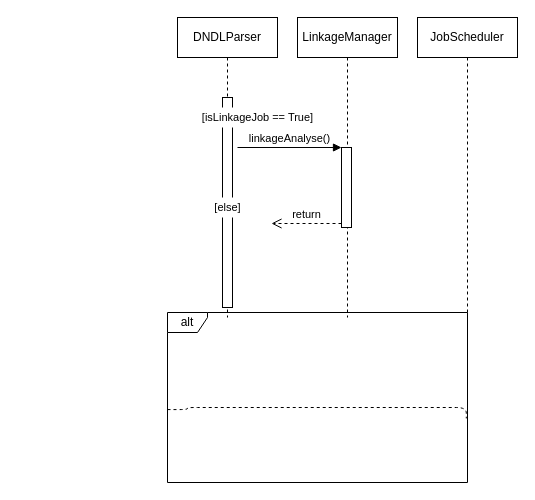
Earlier version of the draw.io diagram page "时序图_仿真参数解析模块" (2 of 4) of 仿真功能模块UML类图.drawio (Icarus1994/neutron_conf). Source tidied: cells renumbered, new cells numbered last; positions are measured from the earlier drawing's top-left corner, leaving out a move shared by most shapes. Both pictures are drawn from the tidied source at 100%, with x=0, y=0 at pixel (167, 17).
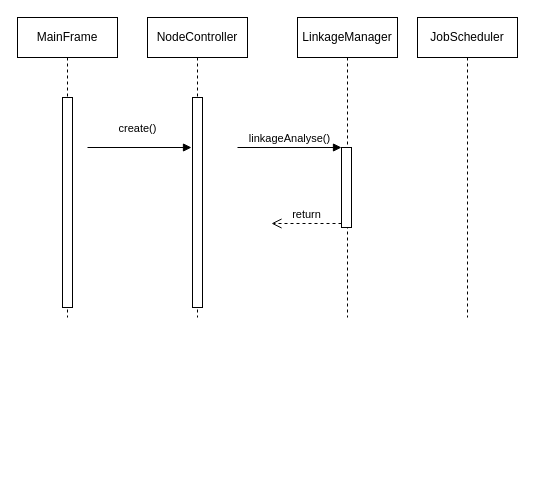
The same diagram, later.

Change to the diagram source:
```diff
@@
 <mxGraphModel>
   <root>
     <mxCell id="0" />
     <mxCell id="1" parent="0" />
     <mxCell id="2" value="LinkageManager" style="shape=umlLifeline;perimeter=lifelinePerimeter;whiteSpace=wrap;html=1;strokeColor=#000000;" parent="1" vertex="1">
       <mxGeometry x="130" width="100" height="300" as="geometry" />
     </mxCell>
     <mxCell id="3" style="html=1;points=[];perimeter=orthogonalPerimeter;strokeColor=#000000;" parent="2" vertex="1">
       <mxGeometry x="44" y="130" width="10" height="80" as="geometry" />
     </mxCell>
     <mxCell id="4" value="return" style="html=1;verticalAlign=bottom;endArrow=open;dashed=1;endSize=8;exitX=0;exitY=0.95;strokeWidth=1;" parent="2" edge="1" source="3">
       <mxGeometry relative="1" as="geometry">
         <mxPoint x="-26" y="206" as="targetPoint" />
       </mxGeometry>
     </mxCell>
-    <mxCell id="5" value="DNDLParser" style="shape=umlLifeline;perimeter=lifelinePerimeter;whiteSpace=wrap;html=1;strokeColor=#000000;" parent="1" vertex="1">
-      <mxGeometry x="10" width="100" height="300" as="geometry" />
+    <mxCell id="5" value="MainFrame" style="shape=umlLifeline;perimeter=lifelinePerimeter;whiteSpace=wrap;html=1;strokeColor=#000000;" parent="1" vertex="1">
+      <mxGeometry x="-150" width="100" height="300" as="geometry" />
     </mxCell>
     <mxCell id="6" style="html=1;perimeter=orthogonalPerimeter;strokeColor=#000000;" parent="5" vertex="1">
       <mxGeometry x="45" y="80" width="10" height="210" as="geometry" />
     </mxCell>
-    <mxCell id="7" value="&lt;span style=&quot;font-size: 11px&quot;&gt;[else]&lt;/span&gt;" style="text;html=1;align=center;verticalAlign=middle;fillColor=#ffffff;" parent="5" vertex="1">
-      <mxGeometry x="30" y="180" width="40" height="20" as="geometry" />
-    </mxCell>
     <mxCell id="8" value="linkageAnalyse()" style="html=1;verticalAlign=bottom;endArrow=block;entryX=0;entryY=0;strokeWidth=1;" parent="1" edge="1" target="3">
       <mxGeometry relative="1" as="geometry">
         <mxPoint x="70" y="130" as="sourcePoint" />
       </mxGeometry>
     </mxCell>
-    <mxCell id="9" value="alt" style="shape=umlFrame;whiteSpace=wrap;html=1;strokeColor=#000000;width=40;height=20;" parent="1" vertex="1">
-      <mxGeometry y="295" width="300" height="170" as="geometry" />
-    </mxCell>
-    <mxCell id="10" style="endArrow=none;html=1;edgeStyle=orthogonalEdgeStyle;strokeWidth=1;dashed=1;entryX=0.996;entryY=0.623;entryDx=0;entryDy=0;entryPerimeter=0;exitX=0;exitY=0.571;exitDx=0;exitDy=0;exitPerimeter=0;" parent="1" edge="1" source="9" target="9">
-      <mxGeometry relative="1" as="geometry">
-        <Array as="points">
-          <mxPoint x="20" y="392" />
-          <mxPoint x="20" y="390" />
-          <mxPoint x="299" y="390" />
-        </Array>
-      </mxGeometry>
-    </mxCell>
-    <mxCell id="11" style="html=1;align=left;verticalAlign=bottom;labelBackgroundColor=#ffffff;fontSize=10;" parent="10" vertex="1">
-      <mxGeometry x="-1" relative="1" as="geometry" />
-    </mxCell>
-    <mxCell id="12" style="html=1;align=right;verticalAlign=bottom;labelBackgroundColor=#ffffff;fontSize=10;" parent="10" vertex="1">
-      <mxGeometry x="1" relative="1" as="geometry" />
-    </mxCell>
-    <mxCell id="13" value="&lt;span style=&quot;font-size: 11px&quot;&gt;[isLinkageJob == True]&lt;/span&gt;" style="text;html=1;align=center;verticalAlign=middle;fillColor=#ffffff;" parent="1" vertex="1">
-      <mxGeometry x="20" y="90" width="140" height="20" as="geometry" />
-    </mxCell>
     <mxCell id="14" value="JobScheduler" style="shape=umlLifeline;perimeter=lifelinePerimeter;whiteSpace=wrap;html=1;strokeColor=#000000;fillColor=#ffffff;" parent="1" vertex="1">
       <mxGeometry x="250" width="100" height="300" as="geometry" />
     </mxCell>
+    <mxCell id="15" value="NodeController" style="shape=umlLifeline;perimeter=lifelinePerimeter;whiteSpace=wrap;html=1;strokeColor=#000000;" parent="1" vertex="1">
+      <mxGeometry x="-20" width="100" height="300" as="geometry" />
+    </mxCell>
+    <mxCell id="16" style="html=1;perimeter=orthogonalPerimeter;strokeColor=#000000;" parent="15" vertex="1">
+      <mxGeometry x="45" y="80" width="10" height="210" as="geometry" />
+    </mxCell>
+    <mxCell id="17" value="create()" style="html=1;verticalAlign=bottom;endArrow=block;entryX=0;entryY=0;strokeWidth=1;" parent="1" edge="1">
+      <mxGeometry x="-0.04" y="10" relative="1" as="geometry">
+        <mxPoint x="-80" y="130" as="sourcePoint" />
+        <mxPoint x="24" y="130" as="targetPoint" />
+      </mxGeometry>
+    </mxCell>
   </root>
 </mxGraphModel>
```
